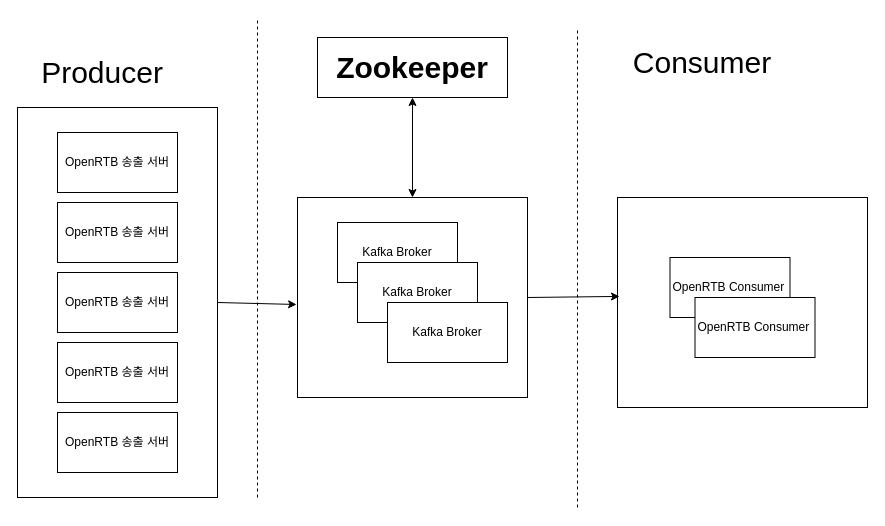
Above: OpenRTB Consumer.drawio in BaekSeungJo/Diagram (draw.io), before the change. Source tidied: cells renumbered, new cells numbered last; positions are measured from the earlier drawing's top-left corner, leaving out a move shared by most shapes. Both pictures are drawn from the tidied source at 100%, with x=0, y=0 at pixel (17, 17).
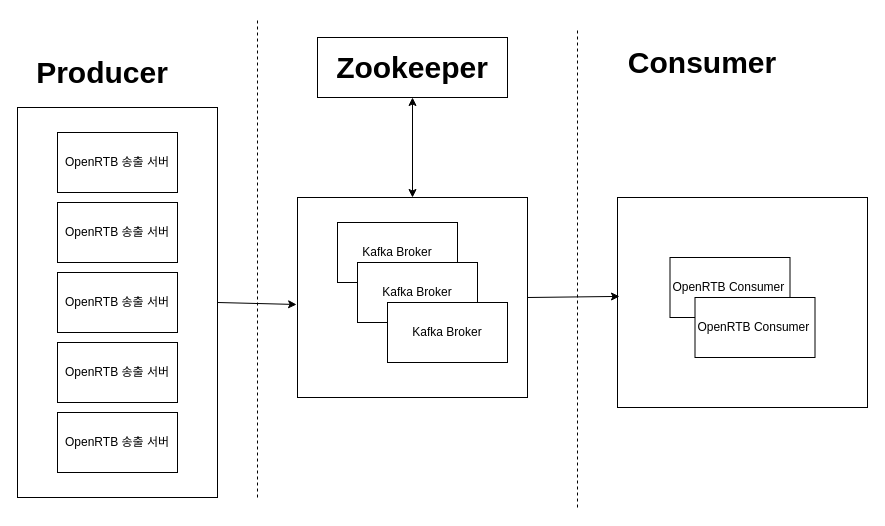
The same page after the edit.

Change to the diagram source:
```diff
@@
-    <mxCell id="7" value="&lt;font style=&quot;font-size: 30px&quot;&gt;Producer&lt;/font&gt;" style="text;html=1;strokeColor=none;fillColor=none;align=center;verticalAlign=middle;whiteSpace=wrap;rounded=0;" parent="1" vertex="1">
+    <mxCell id="7" value="&lt;font style=&quot;font-size: 30px&quot;&gt;&lt;b&gt;Producer&lt;/b&gt;&lt;/font&gt;" style="text;html=1;strokeColor=none;fillColor=none;align=center;verticalAlign=middle;whiteSpace=wrap;rounded=0;" parent="1" vertex="1">
       <mxGeometry x="30" y="30" width="110" height="50" as="geometry" />
     </mxCell>
@@
-    <mxCell id="18" value="&lt;span style=&quot;font-size: 30px&quot;&gt;Consumer&lt;/span&gt;" style="text;html=1;strokeColor=none;fillColor=none;align=center;verticalAlign=middle;whiteSpace=wrap;rounded=0;" parent="1" vertex="1">
+    <mxCell id="18" value="&lt;span style=&quot;font-size: 30px&quot;&gt;&lt;b&gt;Consumer&lt;/b&gt;&lt;/span&gt;" style="text;html=1;strokeColor=none;fillColor=none;align=center;verticalAlign=middle;whiteSpace=wrap;rounded=0;" parent="1" vertex="1">
       <mxGeometry x="630" y="20" width="110" height="50" as="geometry" />
     </mxCell>
```
